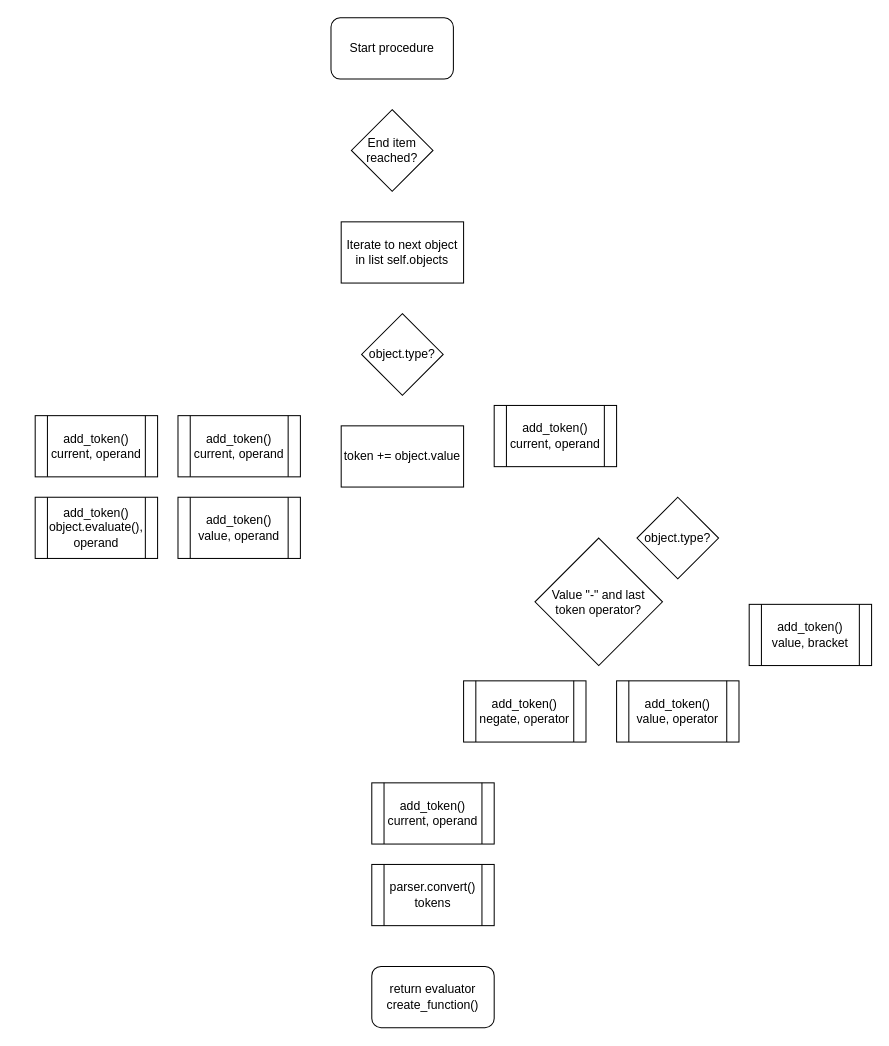
This is documents/Design/Expression_tree evaluate.drawio from LayanJethwa/graphical-calculator, a draw.io file, before an edit. Source tidied: cells renumbered, new cells numbered last; positions are measured from the earlier drawing's top-left corner, leaving out a move shared by most shapes. Both pictures are drawn from the tidied source at 102%, with x=0, y=0 at pixel (35, 17).
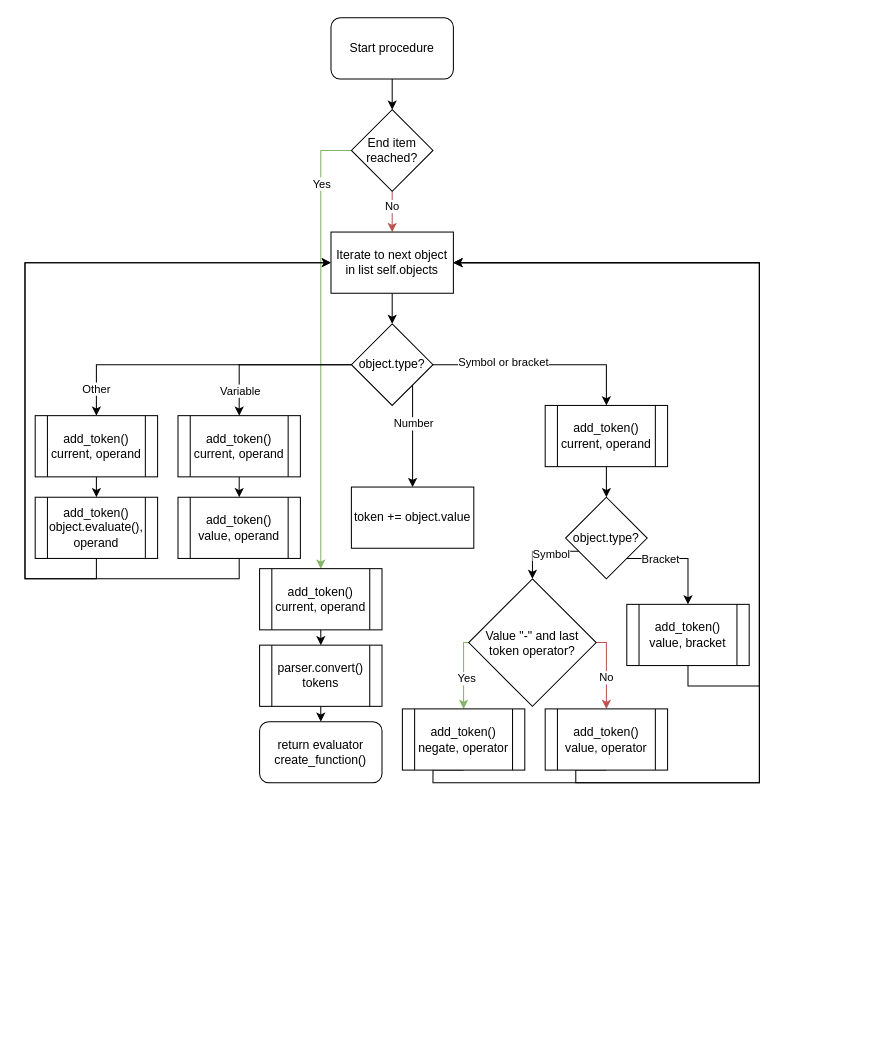
Above is the later version.

Unchanged cells that the change refers to:
```xml
<mxCell id="2" value="Start procedure" style="rounded=1;whiteSpace=wrap;html=1;" parent="1" vertex="1">
  <mxGeometry x="290" width="120" height="60" as="geometry" />
</mxCell>
<mxCell id="3" value="End item reached?" style="rhombus;whiteSpace=wrap;html=1;" parent="1" vertex="1">
  <mxGeometry x="310" y="90" width="80" height="80" as="geometry" />
</mxCell>
<mxCell id="13" value="add_token() current, operand" style="shape=process;whiteSpace=wrap;html=1;backgroundOutline=1;" parent="1" vertex="1">
  <mxGeometry x="140" y="390" width="120" height="60" as="geometry" />
</mxCell>
<mxCell id="14" value="add_token() value, operand" style="shape=process;whiteSpace=wrap;html=1;backgroundOutline=1;" parent="1" vertex="1">
  <mxGeometry x="140" y="470" width="120" height="60" as="geometry" />
</mxCell>
<mxCell id="15" value="add_token() current, operand" style="shape=process;whiteSpace=wrap;html=1;backgroundOutline=1;" parent="1" vertex="1">
  <mxGeometry y="390" width="120" height="60" as="geometry" />
</mxCell>
<mxCell id="16" value="add_token() object.evaluate(), operand" style="shape=process;whiteSpace=wrap;html=1;backgroundOutline=1;" parent="1" vertex="1">
  <mxGeometry y="470" width="120" height="60" as="geometry" />
</mxCell>
```

Diff of the diagram source:
```diff
@@
+    <mxCell id="20" style="edgeStyle=orthogonalEdgeStyle;rounded=0;jettySize=auto;html=1;exitX=0.5;exitY=1;exitDx=0;exitDy=0;entryX=0.5;entryY=0;entryDx=0;entryDy=0;" parent="1" edge="1" source="2" target="3">
+      <mxGeometry relative="1" as="geometry" />
+    </mxCell>
@@
+    <mxCell id="21" style="edgeStyle=orthogonalEdgeStyle;rounded=0;jettySize=auto;html=1;exitX=0.5;exitY=1;exitDx=0;exitDy=0;entryX=0.5;entryY=0;entryDx=0;entryDy=0;fillColor=#f8cecc;strokeColor=#b85450;" parent="1" edge="1" source="3" target="4">
+      <mxGeometry relative="1" as="geometry" />
+    </mxCell>
+    <mxCell id="22" value="No" style="edgeLabel;html=1;align=center;verticalAlign=middle;" parent="21" vertex="1">
+      <mxGeometry x="-0.28" y="-1" relative="1" as="geometry" />
+    </mxCell>
+    <mxCell id="23" style="edgeStyle=orthogonalEdgeStyle;rounded=0;jettySize=auto;html=1;exitX=0;exitY=0.5;exitDx=0;exitDy=0;entryX=0.5;entryY=0;entryDx=0;entryDy=0;fillColor=#d5e8d4;strokeColor=#82b366;" parent="1" edge="1" source="3" target="17">
+      <mxGeometry relative="1" as="geometry" />
+    </mxCell>
+    <mxCell id="24" value="Yes" style="edgeLabel;html=1;align=center;verticalAlign=middle;" parent="23" vertex="1">
+      <mxGeometry x="-0.72" relative="1" as="geometry" />
+    </mxCell>
@@
+    <mxCell id="25" style="edgeStyle=orthogonalEdgeStyle;rounded=0;jettySize=auto;html=1;exitX=0.5;exitY=1;exitDx=0;exitDy=0;entryX=0.5;entryY=0;entryDx=0;entryDy=0;" parent="1" edge="1" source="4" target="5">
+      <mxGeometry relative="1" as="geometry" />
+    </mxCell>
     <mxCell id="4" value="Iterate to next object in list self.objects" style="rounded=0;whiteSpace=wrap;html=1;" parent="1" vertex="1">
-      <mxGeometry x="300" y="200" width="120" height="60" as="geometry" />
+      <mxGeometry x="290" y="210" width="120" height="60" as="geometry" />
     </mxCell>
+    <mxCell id="26" style="edgeStyle=orthogonalEdgeStyle;rounded=0;jettySize=auto;html=1;exitX=1;exitY=0.5;exitDx=0;exitDy=0;entryX=0.5;entryY=0;entryDx=0;entryDy=0;" parent="1" edge="1" source="5" target="7">
+      <mxGeometry relative="1" as="geometry" />
+    </mxCell>
+    <mxCell id="27" value="Symbol or bracket" style="edgeLabel;html=1;align=center;verticalAlign=middle;" parent="26" vertex="1">
+      <mxGeometry x="-0.35" y="3" relative="1" as="geometry" />
+    </mxCell>
+    <mxCell id="28" style="edgeStyle=orthogonalEdgeStyle;rounded=0;jettySize=auto;html=1;exitX=1;exitY=1;exitDx=0;exitDy=0;entryX=0.5;entryY=0;entryDx=0;entryDy=0;" parent="1" edge="1" source="5" target="6">
+      <mxGeometry relative="1" as="geometry" />
+    </mxCell>
+    <mxCell id="29" value="Number" style="edgeLabel;html=1;align=center;verticalAlign=middle;" parent="28" vertex="1">
+      <mxGeometry x="-0.27" relative="1" as="geometry" />
+    </mxCell>
+    <mxCell id="30" style="edgeStyle=orthogonalEdgeStyle;rounded=0;jettySize=auto;html=1;exitX=0;exitY=0.5;exitDx=0;exitDy=0;entryX=0.5;entryY=0;entryDx=0;entryDy=0;" parent="1" edge="1" source="5" target="13">
+      <mxGeometry relative="1" as="geometry" />
+    </mxCell>
+    <mxCell id="31" value="Variable" style="edgeLabel;html=1;align=center;verticalAlign=middle;" parent="30" vertex="1">
+      <mxGeometry x="0.69" relative="1" as="geometry" />
+    </mxCell>
+    <mxCell id="32" style="edgeStyle=orthogonalEdgeStyle;rounded=0;jettySize=auto;html=1;exitX=0;exitY=0.5;exitDx=0;exitDy=0;entryX=0.5;entryY=0;entryDx=0;entryDy=0;" parent="1" edge="1" source="5" target="15">
+      <mxGeometry relative="1" as="geometry" />
+    </mxCell>
+    <mxCell id="33" value="Other" style="edgeLabel;html=1;align=center;verticalAlign=middle;" parent="32" vertex="1">
+      <mxGeometry x="0.82" y="-1" relative="1" as="geometry" />
+    </mxCell>
     <mxCell id="5" value="object.type?" style="rhombus;whiteSpace=wrap;html=1;" parent="1" vertex="1">
-      <mxGeometry x="320" y="290" width="80" height="80" as="geometry" />
+      <mxGeometry x="310" y="300" width="80" height="80" as="geometry" />
     </mxCell>
     <mxCell id="6" value="token += object.value" style="rounded=0;whiteSpace=wrap;html=1;" parent="1" vertex="1">
-      <mxGeometry x="300" y="400" width="120" height="60" as="geometry" />
+      <mxGeometry x="310" y="460" width="120" height="60" as="geometry" />
     </mxCell>
+    <mxCell id="34" style="edgeStyle=orthogonalEdgeStyle;rounded=0;jettySize=auto;html=1;exitX=0.5;exitY=1;exitDx=0;exitDy=0;entryX=0.5;entryY=0;entryDx=0;entryDy=0;" parent="1" edge="1" source="7" target="8">
+      <mxGeometry relative="1" as="geometry" />
+    </mxCell>
     <mxCell id="7" value="add_token() current, operand" style="shape=process;whiteSpace=wrap;html=1;backgroundOutline=1;" parent="1" vertex="1">
-      <mxGeometry x="450" y="380" width="120" height="60" as="geometry" />
+      <mxGeometry x="500" y="380" width="120" height="60" as="geometry" />
     </mxCell>
+    <mxCell id="35" style="edgeStyle=orthogonalEdgeStyle;rounded=0;jettySize=auto;html=1;exitX=0;exitY=1;exitDx=0;exitDy=0;entryX=0.5;entryY=0;entryDx=0;entryDy=0;" parent="1" edge="1" source="8" target="9">
+      <mxGeometry relative="1" as="geometry">
+        <Array as="points">
+          <mxPoint x="540" y="523" />
+          <mxPoint x="488" y="523" />
+        </Array>
+      </mxGeometry>
+    </mxCell>
+    <mxCell id="36" value="Symbol" style="edgeLabel;html=1;align=center;verticalAlign=middle;" parent="35" vertex="1">
+      <mxGeometry x="-0.04" y="2" relative="1" as="geometry" />
+    </mxCell>
+    <mxCell id="37" style="edgeStyle=orthogonalEdgeStyle;rounded=0;jettySize=auto;html=1;exitX=1;exitY=1;exitDx=0;exitDy=0;entryX=0.5;entryY=0;entryDx=0;entryDy=0;" parent="1" edge="1" source="8" target="12">
+      <mxGeometry relative="1" as="geometry">
+        <Array as="points">
+          <mxPoint x="640" y="530" />
+        </Array>
+      </mxGeometry>
+    </mxCell>
+    <mxCell id="38" value="Bracket" style="edgeLabel;html=1;align=center;verticalAlign=middle;" parent="37" vertex="1">
+      <mxGeometry x="-0.4" y="-2" relative="1" as="geometry">
+        <mxPoint y="-2" as="offset" />
+      </mxGeometry>
+    </mxCell>
     <mxCell id="8" value="object.type?" style="rhombus;whiteSpace=wrap;html=1;" parent="1" vertex="1">
-      <mxGeometry x="590" y="470" width="80" height="80" as="geometry" />
+      <mxGeometry x="520" y="470" width="80" height="80" as="geometry" />
     </mxCell>
+    <mxCell id="39" style="edgeStyle=orthogonalEdgeStyle;rounded=0;jettySize=auto;html=1;exitX=0;exitY=0.5;exitDx=0;exitDy=0;entryX=0.5;entryY=0;entryDx=0;entryDy=0;fillColor=#d5e8d4;strokeColor=#82b366;" parent="1" edge="1" source="9" target="10">
+      <mxGeometry relative="1" as="geometry">
+        <Array as="points">
+          <mxPoint x="420" y="612.5" />
+        </Array>
+      </mxGeometry>
+    </mxCell>
+    <mxCell id="40" value="Yes" style="edgeLabel;html=1;align=center;verticalAlign=middle;" parent="39" vertex="1">
+      <mxGeometry x="0.13" y="2" relative="1" as="geometry" />
+    </mxCell>
+    <mxCell id="41" style="edgeStyle=orthogonalEdgeStyle;rounded=0;jettySize=auto;html=1;exitX=1;exitY=0.5;exitDx=0;exitDy=0;entryX=0.5;entryY=0;entryDx=0;entryDy=0;fillColor=#f8cecc;strokeColor=#b85450;" parent="1" edge="1" source="9" target="11">
+      <mxGeometry relative="1" as="geometry">
+        <Array as="points">
+          <mxPoint x="560" y="612.5" />
+        </Array>
+      </mxGeometry>
+    </mxCell>
+    <mxCell id="42" value="No" style="edgeLabel;html=1;align=center;verticalAlign=middle;" parent="41" vertex="1">
+      <mxGeometry x="0.16" y="-1" relative="1" as="geometry" />
+    </mxCell>
     <mxCell id="9" value="Value &quot;-&quot; and last token operator?" style="rhombus;whiteSpace=wrap;html=1;" parent="1" vertex="1">
-      <mxGeometry x="490" y="510" width="125" height="125" as="geometry" />
+      <mxGeometry x="425" y="550" width="125" height="125" as="geometry" />
     </mxCell>
+    <mxCell id="43" style="edgeStyle=orthogonalEdgeStyle;rounded=0;jettySize=auto;html=1;exitX=0.5;exitY=1;exitDx=0;exitDy=0;entryX=1;entryY=0.5;entryDx=0;entryDy=0;" parent="1" edge="1" source="10" target="4">
+      <mxGeometry relative="1" as="geometry">
+        <Array as="points">
+          <mxPoint x="390" y="750" />
+          <mxPoint x="710" y="750" />
+          <mxPoint x="710" y="240" />
+        </Array>
+      </mxGeometry>
+    </mxCell>
     <mxCell id="10" value="add_token() negate, operator" style="shape=process;whiteSpace=wrap;html=1;backgroundOutline=1;" parent="1" vertex="1">
-      <mxGeometry x="420" y="650" width="120" height="60" as="geometry" />
+      <mxGeometry x="360" y="677.5" width="120" height="60" as="geometry" />
     </mxCell>
+    <mxCell id="44" style="edgeStyle=orthogonalEdgeStyle;rounded=0;jettySize=auto;html=1;exitX=0.5;exitY=1;exitDx=0;exitDy=0;entryX=1;entryY=0.5;entryDx=0;entryDy=0;" parent="1" edge="1" source="11" target="4">
+      <mxGeometry relative="1" as="geometry">
+        <Array as="points">
+          <mxPoint x="530" y="750" />
+          <mxPoint x="710" y="750" />
+          <mxPoint x="710" y="240" />
+        </Array>
+      </mxGeometry>
+    </mxCell>
     <mxCell id="11" value="add_token() value, operator" style="shape=process;whiteSpace=wrap;html=1;backgroundOutline=1;" parent="1" vertex="1">
-      <mxGeometry x="570" y="650" width="120" height="60" as="geometry" />
+      <mxGeometry x="500" y="677.5" width="120" height="60" as="geometry" />
     </mxCell>
+    <mxCell id="45" style="edgeStyle=orthogonalEdgeStyle;rounded=0;jettySize=auto;html=1;exitX=0.5;exitY=1;exitDx=0;exitDy=0;entryX=1;entryY=0.5;entryDx=0;entryDy=0;" parent="1" edge="1" source="12" target="4">
+      <mxGeometry relative="1" as="geometry">
+        <Array as="points">
+          <mxPoint x="640" y="655" />
+          <mxPoint x="710" y="655" />
+          <mxPoint x="710" y="240" />
+        </Array>
+      </mxGeometry>
+    </mxCell>
     <mxCell id="12" value="add_token() value, bracket" style="shape=process;whiteSpace=wrap;html=1;backgroundOutline=1;" parent="1" vertex="1">
-      <mxGeometry x="700" y="575" width="120" height="60" as="geometry" />
+      <mxGeometry x="580" y="575" width="120" height="60" as="geometry" />
     </mxCell>
+    <mxCell id="46" style="edgeStyle=orthogonalEdgeStyle;rounded=0;jettySize=auto;html=1;exitX=0.5;exitY=1;exitDx=0;exitDy=0;entryX=0.5;entryY=0;entryDx=0;entryDy=0;" parent="1" edge="1" source="13" target="14">
+      <mxGeometry relative="1" as="geometry" />
+    </mxCell>
@@
+    <mxCell id="47" style="edgeStyle=orthogonalEdgeStyle;rounded=0;jettySize=auto;html=1;exitX=0.5;exitY=1;exitDx=0;exitDy=0;entryX=0;entryY=0.5;entryDx=0;entryDy=0;" parent="1" edge="1" source="14" target="4">
+      <mxGeometry relative="1" as="geometry">
+        <Array as="points">
+          <mxPoint x="200" y="550" />
+          <mxPoint x="-10" y="550" />
+          <mxPoint x="-10" y="240" />
+        </Array>
+      </mxGeometry>
+    </mxCell>
@@
+    <mxCell id="48" style="edgeStyle=orthogonalEdgeStyle;rounded=0;jettySize=auto;html=1;exitX=0.5;exitY=1;exitDx=0;exitDy=0;entryX=0.5;entryY=0;entryDx=0;entryDy=0;" parent="1" edge="1" source="15" target="16">
+      <mxGeometry relative="1" as="geometry" />
+    </mxCell>
@@
+    <mxCell id="49" style="edgeStyle=orthogonalEdgeStyle;rounded=0;jettySize=auto;html=1;exitX=0.5;exitY=1;exitDx=0;exitDy=0;entryX=0;entryY=0.5;entryDx=0;entryDy=0;" parent="1" edge="1" source="16" target="4">
+      <mxGeometry relative="1" as="geometry">
+        <Array as="points">
+          <mxPoint x="60" y="550" />
+          <mxPoint x="-10" y="550" />
+          <mxPoint x="-10" y="240" />
+        </Array>
+      </mxGeometry>
+    </mxCell>
@@
+    <mxCell id="50" style="edgeStyle=orthogonalEdgeStyle;rounded=0;jettySize=auto;html=1;exitX=0.5;exitY=1;exitDx=0;exitDy=0;entryX=0.5;entryY=0;entryDx=0;entryDy=0;" parent="1" edge="1" source="17" target="18">
+      <mxGeometry relative="1" as="geometry" />
+    </mxCell>
     <mxCell id="17" value="add_token() current, operand" style="shape=process;whiteSpace=wrap;html=1;backgroundOutline=1;" parent="1" vertex="1">
-      <mxGeometry x="330" y="750" width="120" height="60" as="geometry" />
+      <mxGeometry x="220" y="540" width="120" height="60" as="geometry" />
     </mxCell>
+    <mxCell id="51" style="edgeStyle=orthogonalEdgeStyle;rounded=0;jettySize=auto;html=1;exitX=0.5;exitY=1;exitDx=0;exitDy=0;entryX=0.5;entryY=0;entryDx=0;entryDy=0;" parent="1" edge="1" source="18" target="19">
+      <mxGeometry relative="1" as="geometry" />
+    </mxCell>
     <mxCell id="18" value="parser.convert() tokens" style="shape=process;whiteSpace=wrap;html=1;backgroundOutline=1;" parent="1" vertex="1">
-      <mxGeometry x="330" y="830" width="120" height="60" as="geometry" />
+      <mxGeometry x="220" y="615" width="120" height="60" as="geometry" />
     </mxCell>
     <mxCell id="19" value="return evaluator create_function()" style="rounded=1;whiteSpace=wrap;html=1;" parent="1" vertex="1">
-      <mxGeometry x="330" y="930" width="120" height="60" as="geometry" />
+      <mxGeometry x="220" y="690" width="120" height="60" as="geometry" />
     </mxCell>
```
